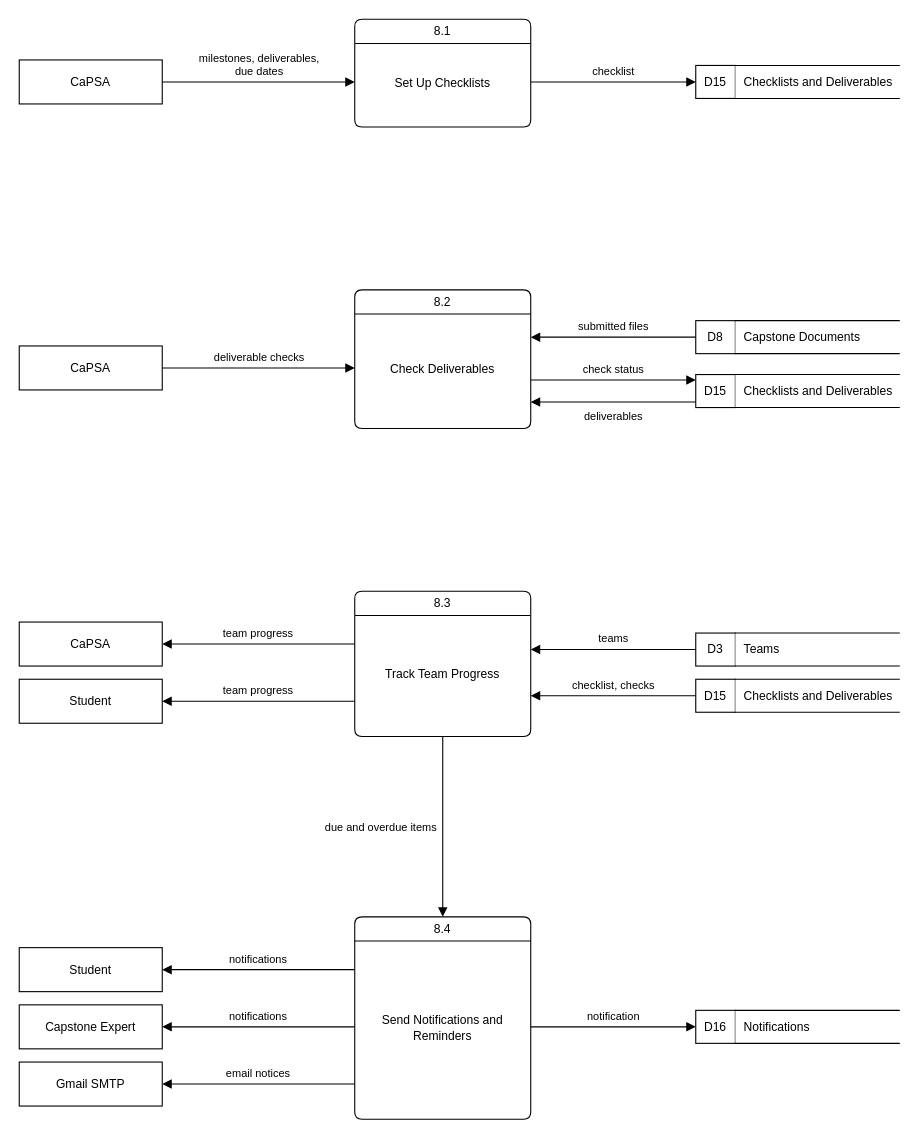
Earlier version of the draw.io diagram page "DFD Level 1 - 8.0 Monitor Progress and Notify Users" (11 of 15) of docs/diagrams/capstrack-diagrams-all.drawio (M21thony/capstrack). Source tidied: cells renumbered, new cells numbered last; positions are measured from the earlier drawing's top-left corner, leaving out a move shared by most shapes. Both pictures are drawn from the tidied source at 110%, with x=0, y=0 at pixel (19, 19).
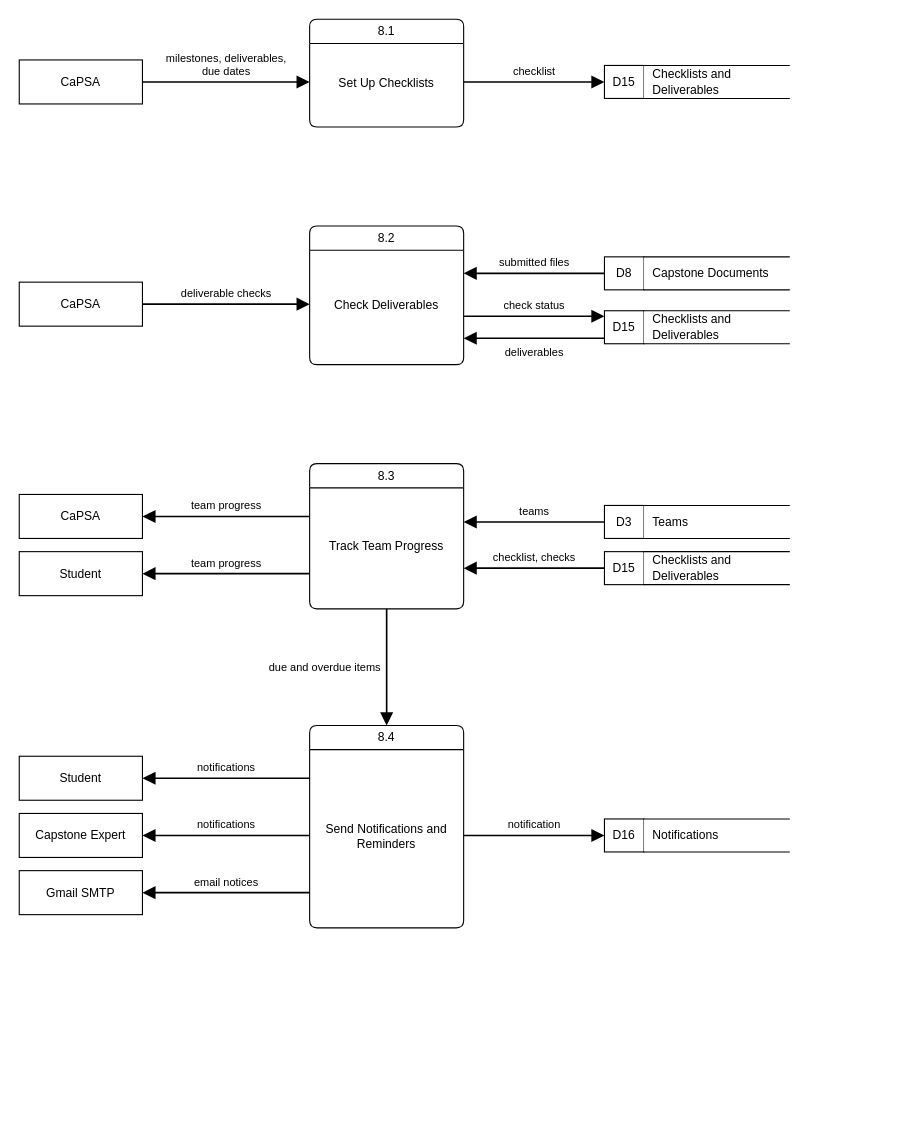
The same diagram, later.

The edit, as a diff of the source:
```diff
@@
     <mxCell id="2" value="8.1" style="swimlane;shape=swimlane;rounded=1;arcSize=10;startSize=22;html=1;whiteSpace=wrap;fillColor=#ffffff;swimlaneFillColor=#ffffff;fontStyle=0;fontSize=11;strokeColor=#000000;fontFamily=Helvetica;fontColor=#000000;" parent="1" vertex="1">
-      <mxGeometry x="305" width="160" height="98" as="geometry" />
+      <mxGeometry x="264" width="140" height="98" as="geometry" />
     </mxCell>
     <mxCell id="3" value="Set Up Checklists" style="text;html=1;strokeColor=none;fillColor=none;align=center;verticalAlign=middle;whiteSpace=wrap;fontSize=11;fontFamily=Helvetica;fontColor=#000000;" parent="2" vertex="1">
-      <mxGeometry x="6" y="22" width="148" height="72" as="geometry" />
+      <mxGeometry x="6" y="22" width="128" height="72" as="geometry" />
     </mxCell>
     <mxCell id="4" value="CaPSA" style="rounded=0;whiteSpace=wrap;html=1;fillColor=#ffffff;fontSize=11;strokeColor=#000000;fontFamily=Helvetica;fontColor=#000000;" parent="1" vertex="1">
-      <mxGeometry y="37" width="130" height="40" as="geometry" />
+      <mxGeometry y="37" width="112" height="40" as="geometry" />
     </mxCell>
-    <mxCell id="5" value="milestones, deliverables,&lt;br&gt;due dates" style="edgeStyle=orthogonalEdgeStyle;rounded=0;html=1;endArrow=block;endFill=1;endSize=6;startArrow=none;strokeColor=#000000;fontFamily=Helvetica;fontColor=#000000;fontSize=10;labelBackgroundColor=#ffffff;verticalAlign=bottom;exitX=1;exitY=0.5;exitDx=0;exitDy=0;entryX=0;entryY=0.581633;entryDx=0;entryDy=0;" parent="1" edge="1" source="4" target="2">
+    <mxCell id="5" value="milestones, deliverables,&lt;br&gt;due dates" style="edgeStyle=orthogonalEdgeStyle;rounded=0;html=1;endArrow=block;endFill=1;endSize=8;strokeWidth=1.5;startArrow=none;strokeColor=#000000;fontFamily=Helvetica;fontColor=#000000;fontSize=10;labelBackgroundColor=#ffffff;verticalAlign=bottom;exitX=1;exitY=0.5;exitDx=0;exitDy=0;entryX=0;entryY=0.581633;entryDx=0;entryDy=0;" parent="1" edge="1" source="4" target="2">
       <mxGeometry relative="1" as="geometry">
         <mxPoint y="-1" as="offset" />
       </mxGeometry>
     </mxCell>
     <mxCell id="6" style="rounded=0;html=1;fillColor=none;strokeColor=none;" parent="1" vertex="1">
-      <mxGeometry x="615" y="42" width="185" height="30" as="geometry" />
+      <mxGeometry x="532" y="42" width="168" height="30" as="geometry" />
     </mxCell>
@@
     <mxCell id="8" value="Checklists and Deliverables" style="shape=partialRectangle;left=0;right=0;top=1;bottom=1;whiteSpace=wrap;html=1;align=left;spacingLeft=6;fillColor=#ffffff;fontSize=11;strokeColor=#000000;fontFamily=Helvetica;fontColor=#000000;" parent="6" vertex="1">
-      <mxGeometry x="36" width="149" height="30" as="geometry" />
+      <mxGeometry x="36" width="132" height="30" as="geometry" />
     </mxCell>
-    <mxCell id="9" value="checklist" style="edgeStyle=orthogonalEdgeStyle;rounded=0;html=1;endArrow=block;endFill=1;endSize=6;startArrow=none;strokeColor=#000000;fontFamily=Helvetica;fontColor=#000000;fontSize=10;labelBackgroundColor=#ffffff;verticalAlign=bottom;exitX=1;exitY=0.581633;exitDx=0;exitDy=0;entryX=0;entryY=0.5;entryDx=0;entryDy=0;" parent="1" edge="1" source="2" target="6">
+    <mxCell id="9" value="checklist" style="edgeStyle=orthogonalEdgeStyle;rounded=0;html=1;endArrow=block;endFill=1;endSize=8;strokeWidth=1.5;startArrow=none;strokeColor=#000000;fontFamily=Helvetica;fontColor=#000000;fontSize=10;labelBackgroundColor=#ffffff;verticalAlign=bottom;exitX=1;exitY=0.581633;exitDx=0;exitDy=0;entryX=0;entryY=0.5;entryDx=0;entryDy=0;" parent="1" edge="1" source="2" target="6">
       <mxGeometry relative="1" as="geometry">
         <mxPoint y="-1" as="offset" />
       </mxGeometry>
     </mxCell>
     <mxCell id="10" value="8.2" style="swimlane;shape=swimlane;rounded=1;arcSize=10;startSize=22;html=1;whiteSpace=wrap;fillColor=#ffffff;swimlaneFillColor=#ffffff;fontStyle=0;fontSize=11;strokeColor=#000000;fontFamily=Helvetica;fontColor=#000000;" parent="1" vertex="1">
-      <mxGeometry x="305" y="246" width="160" height="126" as="geometry" />
+      <mxGeometry x="264" y="188" width="140" height="126" as="geometry" />
     </mxCell>
     <mxCell id="11" value="Check Deliverables" style="text;html=1;strokeColor=none;fillColor=none;align=center;verticalAlign=middle;whiteSpace=wrap;fontSize=11;fontFamily=Helvetica;fontColor=#000000;" parent="10" vertex="1">
-      <mxGeometry x="6" y="22" width="148" height="100" as="geometry" />
+      <mxGeometry x="6" y="22" width="128" height="100" as="geometry" />
     </mxCell>
     <mxCell id="12" value="CaPSA" style="rounded=0;whiteSpace=wrap;html=1;fillColor=#ffffff;fontSize=11;strokeColor=#000000;fontFamily=Helvetica;fontColor=#000000;" parent="1" vertex="1">
-      <mxGeometry y="297" width="130" height="40" as="geometry" />
+      <mxGeometry y="239" width="112" height="40" as="geometry" />
     </mxCell>
-    <mxCell id="13" value="deliverable checks" style="edgeStyle=orthogonalEdgeStyle;rounded=0;html=1;endArrow=block;endFill=1;endSize=6;startArrow=none;strokeColor=#000000;fontFamily=Helvetica;fontColor=#000000;fontSize=10;labelBackgroundColor=#ffffff;verticalAlign=bottom;exitX=1;exitY=0.5;exitDx=0;exitDy=0;entryX=0;entryY=0.563492;entryDx=0;entryDy=0;" parent="1" edge="1" source="12" target="10">
+    <mxCell id="13" value="deliverable checks" style="edgeStyle=orthogonalEdgeStyle;rounded=0;html=1;endArrow=block;endFill=1;endSize=8;strokeWidth=1.5;startArrow=none;strokeColor=#000000;fontFamily=Helvetica;fontColor=#000000;fontSize=10;labelBackgroundColor=#ffffff;verticalAlign=bottom;exitX=1;exitY=0.5;exitDx=0;exitDy=0;entryX=0;entryY=0.563492;entryDx=0;entryDy=0;" parent="1" edge="1" source="12" target="10">
       <mxGeometry relative="1" as="geometry">
         <mxPoint y="-1" as="offset" />
       </mxGeometry>
     </mxCell>
     <mxCell id="14" style="rounded=0;html=1;fillColor=none;strokeColor=none;" parent="1" vertex="1">
-      <mxGeometry x="615" y="274" width="185" height="30" as="geometry" />
+      <mxGeometry x="532" y="216" width="168" height="30" as="geometry" />
     </mxCell>
@@
     <mxCell id="16" value="Capstone Documents" style="shape=partialRectangle;left=0;right=0;top=1;bottom=1;whiteSpace=wrap;html=1;align=left;spacingLeft=6;fillColor=#ffffff;fontSize=11;strokeColor=#000000;fontFamily=Helvetica;fontColor=#000000;" parent="14" vertex="1">
-      <mxGeometry x="36" width="149" height="30" as="geometry" />
+      <mxGeometry x="36" width="132" height="30" as="geometry" />
     </mxCell>
-    <mxCell id="17" value="submitted files" style="edgeStyle=orthogonalEdgeStyle;rounded=0;html=1;endArrow=block;endFill=1;endSize=6;startArrow=none;strokeColor=#000000;fontFamily=Helvetica;fontColor=#000000;fontSize=10;labelBackgroundColor=#ffffff;verticalAlign=bottom;exitX=0;exitY=0.5;exitDx=0;exitDy=0;entryX=1;entryY=0.34127;entryDx=0;entryDy=0;" parent="1" edge="1" source="14" target="10">
+    <mxCell id="17" value="submitted files" style="edgeStyle=orthogonalEdgeStyle;rounded=0;html=1;endArrow=block;endFill=1;endSize=8;strokeWidth=1.5;startArrow=none;strokeColor=#000000;fontFamily=Helvetica;fontColor=#000000;fontSize=10;labelBackgroundColor=#ffffff;verticalAlign=bottom;exitX=0;exitY=0.5;exitDx=0;exitDy=0;entryX=1;entryY=0.34127;entryDx=0;entryDy=0;" parent="1" edge="1" source="14" target="10">
       <mxGeometry relative="1" as="geometry">
         <mxPoint y="-1" as="offset" />
       </mxGeometry>
     </mxCell>
     <mxCell id="18" style="rounded=0;html=1;fillColor=none;strokeColor=none;" parent="1" vertex="1">
-      <mxGeometry x="615" y="323" width="185" height="30" as="geometry" />
+      <mxGeometry x="532" y="265" width="168" height="30" as="geometry" />
     </mxCell>
@@
     <mxCell id="20" value="Checklists and Deliverables" style="shape=partialRectangle;left=0;right=0;top=1;bottom=1;whiteSpace=wrap;html=1;align=left;spacingLeft=6;fillColor=#ffffff;fontSize=11;strokeColor=#000000;fontFamily=Helvetica;fontColor=#000000;" parent="18" vertex="1">
-      <mxGeometry x="36" width="149" height="30" as="geometry" />
+      <mxGeometry x="36" width="132" height="30" as="geometry" />
     </mxCell>
-    <mxCell id="21" value="check status" style="edgeStyle=orthogonalEdgeStyle;rounded=0;html=1;endArrow=block;endFill=1;endSize=6;startArrow=none;strokeColor=#000000;fontFamily=Helvetica;fontColor=#000000;fontSize=10;labelBackgroundColor=#ffffff;verticalAlign=bottom;exitX=1;exitY=0.650794;exitDx=0;exitDy=0;entryX=0;entryY=0.166667;entryDx=0;entryDy=0;" parent="1" edge="1" source="10" target="18">
+    <mxCell id="21" value="check status" style="edgeStyle=orthogonalEdgeStyle;rounded=0;html=1;endArrow=block;endFill=1;endSize=8;strokeWidth=1.5;startArrow=none;strokeColor=#000000;fontFamily=Helvetica;fontColor=#000000;fontSize=10;labelBackgroundColor=#ffffff;verticalAlign=bottom;exitX=1;exitY=0.650794;exitDx=0;exitDy=0;entryX=0;entryY=0.166667;entryDx=0;entryDy=0;" parent="1" edge="1" source="10" target="18">
       <mxGeometry relative="1" as="geometry">
         <mxPoint y="-1" as="offset" />
       </mxGeometry>
     </mxCell>
-    <mxCell id="22" value="deliverables" style="edgeStyle=orthogonalEdgeStyle;rounded=0;html=1;endArrow=block;endFill=1;endSize=6;startArrow=none;strokeColor=#000000;fontFamily=Helvetica;fontColor=#000000;fontSize=10;labelBackgroundColor=#ffffff;verticalAlign=top;exitX=0;exitY=0.833333;exitDx=0;exitDy=0;entryX=1;entryY=0.809524;entryDx=0;entryDy=0;" parent="1" edge="1" source="18" target="10">
+    <mxCell id="22" value="deliverables" style="edgeStyle=orthogonalEdgeStyle;rounded=0;html=1;endArrow=block;endFill=1;endSize=8;strokeWidth=1.5;startArrow=none;strokeColor=#000000;fontFamily=Helvetica;fontColor=#000000;fontSize=10;labelBackgroundColor=#ffffff;verticalAlign=top;exitX=0;exitY=0.833333;exitDx=0;exitDy=0;entryX=1;entryY=0.809524;entryDx=0;entryDy=0;" parent="1" edge="1" source="18" target="10">
       <mxGeometry relative="1" as="geometry">
         <mxPoint y="1" as="offset" />
       </mxGeometry>
     </mxCell>
     <mxCell id="23" value="8.3" style="swimlane;shape=swimlane;rounded=1;arcSize=10;startSize=22;html=1;whiteSpace=wrap;fillColor=#ffffff;swimlaneFillColor=#ffffff;fontStyle=0;fontSize=11;strokeColor=#000000;fontFamily=Helvetica;fontColor=#000000;" parent="1" vertex="1">
-      <mxGeometry x="305" y="520" width="160" height="132" as="geometry" />
+      <mxGeometry x="264" y="404" width="140" height="132" as="geometry" />
     </mxCell>
     <mxCell id="24" value="Track Team Progress" style="text;html=1;strokeColor=none;fillColor=none;align=center;verticalAlign=middle;whiteSpace=wrap;fontSize=11;fontFamily=Helvetica;fontColor=#000000;" parent="23" vertex="1">
-      <mxGeometry x="6" y="22" width="148" height="106" as="geometry" />
+      <mxGeometry x="6" y="22" width="128" height="106" as="geometry" />
     </mxCell>
     <mxCell id="25" value="CaPSA" style="rounded=0;whiteSpace=wrap;html=1;fillColor=#ffffff;fontSize=11;strokeColor=#000000;fontFamily=Helvetica;fontColor=#000000;" parent="1" vertex="1">
-      <mxGeometry y="548" width="130" height="40" as="geometry" />
+      <mxGeometry y="432" width="112" height="40" as="geometry" />
     </mxCell>
-    <mxCell id="26" value="team progress" style="edgeStyle=orthogonalEdgeStyle;rounded=0;html=1;endArrow=block;endFill=1;endSize=6;startArrow=none;strokeColor=#000000;fontFamily=Helvetica;fontColor=#000000;fontSize=10;labelBackgroundColor=#ffffff;verticalAlign=bottom;exitX=0;exitY=0.363636;exitDx=0;exitDy=0;entryX=1;entryY=0.5;entryDx=0;entryDy=0;" parent="1" edge="1" source="23" target="25">
+    <mxCell id="26" value="team progress" style="edgeStyle=orthogonalEdgeStyle;rounded=0;html=1;endArrow=block;endFill=1;endSize=8;strokeWidth=1.5;startArrow=none;strokeColor=#000000;fontFamily=Helvetica;fontColor=#000000;fontSize=10;labelBackgroundColor=#ffffff;verticalAlign=bottom;exitX=0;exitY=0.363636;exitDx=0;exitDy=0;entryX=1;entryY=0.5;entryDx=0;entryDy=0;" parent="1" edge="1" source="23" target="25">
       <mxGeometry relative="1" as="geometry">
         <mxPoint y="-1" as="offset" />
       </mxGeometry>
     </mxCell>
     <mxCell id="27" value="Student" style="rounded=0;whiteSpace=wrap;html=1;fillColor=#ffffff;fontSize=11;strokeColor=#000000;fontFamily=Helvetica;fontColor=#000000;" parent="1" vertex="1">
-      <mxGeometry y="600" width="130" height="40" as="geometry" />
+      <mxGeometry y="484" width="112" height="40" as="geometry" />
     </mxCell>
-    <mxCell id="28" value="team progress" style="edgeStyle=orthogonalEdgeStyle;rounded=0;html=1;endArrow=block;endFill=1;endSize=6;startArrow=none;strokeColor=#000000;fontFamily=Helvetica;fontColor=#000000;fontSize=10;labelBackgroundColor=#ffffff;verticalAlign=bottom;exitX=0;exitY=0.757576;exitDx=0;exitDy=0;entryX=1;entryY=0.5;entryDx=0;entryDy=0;" parent="1" edge="1" source="23" target="27">
+    <mxCell id="28" value="team progress" style="edgeStyle=orthogonalEdgeStyle;rounded=0;html=1;endArrow=block;endFill=1;endSize=8;strokeWidth=1.5;startArrow=none;strokeColor=#000000;fontFamily=Helvetica;fontColor=#000000;fontSize=10;labelBackgroundColor=#ffffff;verticalAlign=bottom;exitX=0;exitY=0.757576;exitDx=0;exitDy=0;entryX=1;entryY=0.5;entryDx=0;entryDy=0;" parent="1" edge="1" source="23" target="27">
       <mxGeometry relative="1" as="geometry">
         <mxPoint y="-1" as="offset" />
       </mxGeometry>
     </mxCell>
     <mxCell id="29" style="rounded=0;html=1;fillColor=none;strokeColor=none;" parent="1" vertex="1">
-      <mxGeometry x="615" y="558" width="185" height="30" as="geometry" />
+      <mxGeometry x="532" y="442" width="168" height="30" as="geometry" />
     </mxCell>
@@
     <mxCell id="31" value="Teams" style="shape=partialRectangle;left=0;right=0;top=1;bottom=1;whiteSpace=wrap;html=1;align=left;spacingLeft=6;fillColor=#ffffff;fontSize=11;strokeColor=#000000;fontFamily=Helvetica;fontColor=#000000;" parent="29" vertex="1">
-      <mxGeometry x="36" width="149" height="30" as="geometry" />
+      <mxGeometry x="36" width="132" height="30" as="geometry" />
     </mxCell>
-    <mxCell id="32" value="teams" style="edgeStyle=orthogonalEdgeStyle;rounded=0;html=1;endArrow=block;endFill=1;endSize=6;startArrow=none;strokeColor=#000000;fontFamily=Helvetica;fontColor=#000000;fontSize=10;labelBackgroundColor=#ffffff;verticalAlign=bottom;exitX=0;exitY=0.5;exitDx=0;exitDy=0;entryX=1;entryY=0.401515;entryDx=0;entryDy=0;" parent="1" edge="1" source="29" target="23">
+    <mxCell id="32" value="teams" style="edgeStyle=orthogonalEdgeStyle;rounded=0;html=1;endArrow=block;endFill=1;endSize=8;strokeWidth=1.5;startArrow=none;strokeColor=#000000;fontFamily=Helvetica;fontColor=#000000;fontSize=10;labelBackgroundColor=#ffffff;verticalAlign=bottom;exitX=0;exitY=0.5;exitDx=0;exitDy=0;entryX=1;entryY=0.401515;entryDx=0;entryDy=0;" parent="1" edge="1" source="29" target="23">
       <mxGeometry relative="1" as="geometry">
         <mxPoint y="-1" as="offset" />
       </mxGeometry>
     </mxCell>
     <mxCell id="33" style="rounded=0;html=1;fillColor=none;strokeColor=none;" parent="1" vertex="1">
-      <mxGeometry x="615" y="600" width="185" height="30" as="geometry" />
+      <mxGeometry x="532" y="484" width="168" height="30" as="geometry" />
     </mxCell>
@@
     <mxCell id="35" value="Checklists and Deliverables" style="shape=partialRectangle;left=0;right=0;top=1;bottom=1;whiteSpace=wrap;html=1;align=left;spacingLeft=6;fillColor=#ffffff;fontSize=11;strokeColor=#000000;fontFamily=Helvetica;fontColor=#000000;" parent="33" vertex="1">
-      <mxGeometry x="36" width="149" height="30" as="geometry" />
+      <mxGeometry x="36" width="132" height="30" as="geometry" />
     </mxCell>
-    <mxCell id="36" value="checklist, checks" style="edgeStyle=orthogonalEdgeStyle;rounded=0;html=1;endArrow=block;endFill=1;endSize=6;startArrow=none;strokeColor=#000000;fontFamily=Helvetica;fontColor=#000000;fontSize=10;labelBackgroundColor=#ffffff;verticalAlign=bottom;exitX=0;exitY=0.5;exitDx=0;exitDy=0;entryX=1;entryY=0.719697;entryDx=0;entryDy=0;" parent="1" edge="1" source="33" target="23">
+    <mxCell id="36" value="checklist, checks" style="edgeStyle=orthogonalEdgeStyle;rounded=0;html=1;endArrow=block;endFill=1;endSize=8;strokeWidth=1.5;startArrow=none;strokeColor=#000000;fontFamily=Helvetica;fontColor=#000000;fontSize=10;labelBackgroundColor=#ffffff;verticalAlign=bottom;exitX=0;exitY=0.5;exitDx=0;exitDy=0;entryX=1;entryY=0.719697;entryDx=0;entryDy=0;" parent="1" edge="1" source="33" target="23">
       <mxGeometry relative="1" as="geometry">
         <mxPoint y="-1" as="offset" />
       </mxGeometry>
     </mxCell>
     <mxCell id="37" value="8.4" style="swimlane;shape=swimlane;rounded=1;arcSize=10;startSize=22;html=1;whiteSpace=wrap;fillColor=#ffffff;swimlaneFillColor=#ffffff;fontStyle=0;fontSize=11;strokeColor=#000000;fontFamily=Helvetica;fontColor=#000000;" parent="1" vertex="1">
-      <mxGeometry x="305" y="816" width="160" height="184" as="geometry" />
+      <mxGeometry x="264" y="642" width="140" height="184" as="geometry" />
     </mxCell>
     <mxCell id="38" value="Send Notifications and Reminders" style="text;html=1;strokeColor=none;fillColor=none;align=center;verticalAlign=middle;whiteSpace=wrap;fontSize=11;fontFamily=Helvetica;fontColor=#000000;" parent="37" vertex="1">
-      <mxGeometry x="6" y="22" width="148" height="158" as="geometry" />
+      <mxGeometry x="6" y="22" width="128" height="158" as="geometry" />
     </mxCell>
     <mxCell id="39" value="Student" style="rounded=0;whiteSpace=wrap;html=1;fillColor=#ffffff;fontSize=11;strokeColor=#000000;fontFamily=Helvetica;fontColor=#000000;" parent="1" vertex="1">
-      <mxGeometry y="844" width="130" height="40" as="geometry" />
+      <mxGeometry y="670" width="112" height="40" as="geometry" />
     </mxCell>
-    <mxCell id="40" value="notifications" style="edgeStyle=orthogonalEdgeStyle;rounded=0;html=1;endArrow=block;endFill=1;endSize=6;startArrow=none;strokeColor=#000000;fontFamily=Helvetica;fontColor=#000000;fontSize=10;labelBackgroundColor=#ffffff;verticalAlign=bottom;exitX=0;exitY=0.26087;exitDx=0;exitDy=0;entryX=1;entryY=0.5;entryDx=0;entryDy=0;" parent="1" edge="1" source="37" target="39">
+    <mxCell id="40" value="notifications" style="edgeStyle=orthogonalEdgeStyle;rounded=0;html=1;endArrow=block;endFill=1;endSize=8;strokeWidth=1.5;startArrow=none;strokeColor=#000000;fontFamily=Helvetica;fontColor=#000000;fontSize=10;labelBackgroundColor=#ffffff;verticalAlign=bottom;exitX=0;exitY=0.26087;exitDx=0;exitDy=0;entryX=1;entryY=0.5;entryDx=0;entryDy=0;" parent="1" edge="1" source="37" target="39">
       <mxGeometry relative="1" as="geometry">
         <mxPoint y="-1" as="offset" />
       </mxGeometry>
     </mxCell>
     <mxCell id="41" value="Capstone Expert" style="rounded=0;whiteSpace=wrap;html=1;fillColor=#ffffff;fontSize=11;strokeColor=#000000;fontFamily=Helvetica;fontColor=#000000;" parent="1" vertex="1">
-      <mxGeometry y="896" width="130" height="40" as="geometry" />
+      <mxGeometry y="722" width="112" height="40" as="geometry" />
     </mxCell>
-    <mxCell id="42" value="notifications" style="edgeStyle=orthogonalEdgeStyle;rounded=0;html=1;endArrow=block;endFill=1;endSize=6;startArrow=none;strokeColor=#000000;fontFamily=Helvetica;fontColor=#000000;fontSize=10;labelBackgroundColor=#ffffff;verticalAlign=bottom;exitX=0;exitY=0.543478;exitDx=0;exitDy=0;entryX=1;entryY=0.5;entryDx=0;entryDy=0;" parent="1" edge="1" source="37" target="41">
+    <mxCell id="42" value="notifications" style="edgeStyle=orthogonalEdgeStyle;rounded=0;html=1;endArrow=block;endFill=1;endSize=8;strokeWidth=1.5;startArrow=none;strokeColor=#000000;fontFamily=Helvetica;fontColor=#000000;fontSize=10;labelBackgroundColor=#ffffff;verticalAlign=bottom;exitX=0;exitY=0.543478;exitDx=0;exitDy=0;entryX=1;entryY=0.5;entryDx=0;entryDy=0;" parent="1" edge="1" source="37" target="41">
       <mxGeometry relative="1" as="geometry">
         <mxPoint y="-1" as="offset" />
       </mxGeometry>
     </mxCell>
     <mxCell id="43" value="Gmail SMTP" style="rounded=0;whiteSpace=wrap;html=1;fillColor=#ffffff;fontSize=11;strokeColor=#000000;fontFamily=Helvetica;fontColor=#000000;" parent="1" vertex="1">
-      <mxGeometry y="948" width="130" height="40" as="geometry" />
+      <mxGeometry y="774" width="112" height="40" as="geometry" />
     </mxCell>
-    <mxCell id="44" value="email notices" style="edgeStyle=orthogonalEdgeStyle;rounded=0;html=1;endArrow=block;endFill=1;endSize=6;startArrow=none;strokeColor=#000000;fontFamily=Helvetica;fontColor=#000000;fontSize=10;labelBackgroundColor=#ffffff;verticalAlign=bottom;exitX=0;exitY=0.826087;exitDx=0;exitDy=0;entryX=1;entryY=0.5;entryDx=0;entryDy=0;" parent="1" edge="1" source="37" target="43">
+    <mxCell id="44" value="email notices" style="edgeStyle=orthogonalEdgeStyle;rounded=0;html=1;endArrow=block;endFill=1;endSize=8;strokeWidth=1.5;startArrow=none;strokeColor=#000000;fontFamily=Helvetica;fontColor=#000000;fontSize=10;labelBackgroundColor=#ffffff;verticalAlign=bottom;exitX=0;exitY=0.826087;exitDx=0;exitDy=0;entryX=1;entryY=0.5;entryDx=0;entryDy=0;" parent="1" edge="1" source="37" target="43">
       <mxGeometry relative="1" as="geometry">
         <mxPoint y="-1" as="offset" />
       </mxGeometry>
     </mxCell>
     <mxCell id="45" style="rounded=0;html=1;fillColor=none;strokeColor=none;" parent="1" vertex="1">
-      <mxGeometry x="615" y="901" width="185" height="30" as="geometry" />
+      <mxGeometry x="532" y="727" width="168" height="30" as="geometry" />
     </mxCell>
@@
     <mxCell id="47" value="Notifications" style="shape=partialRectangle;left=0;right=0;top=1;bottom=1;whiteSpace=wrap;html=1;align=left;spacingLeft=6;fillColor=#ffffff;fontSize=11;strokeColor=#000000;fontFamily=Helvetica;fontColor=#000000;" parent="45" vertex="1">
-      <mxGeometry x="36" width="149" height="30" as="geometry" />
+      <mxGeometry x="36" width="132" height="30" as="geometry" />
     </mxCell>
-    <mxCell id="48" value="notification" style="edgeStyle=orthogonalEdgeStyle;rounded=0;html=1;endArrow=block;endFill=1;endSize=6;startArrow=none;strokeColor=#000000;fontFamily=Helvetica;fontColor=#000000;fontSize=10;labelBackgroundColor=#ffffff;verticalAlign=bottom;exitX=1;exitY=0.543478;exitDx=0;exitDy=0;entryX=0;entryY=0.5;entryDx=0;entryDy=0;" parent="1" edge="1" source="37" target="45">
+    <mxCell id="48" value="notification" style="edgeStyle=orthogonalEdgeStyle;rounded=0;html=1;endArrow=block;endFill=1;endSize=8;strokeWidth=1.5;startArrow=none;strokeColor=#000000;fontFamily=Helvetica;fontColor=#000000;fontSize=10;labelBackgroundColor=#ffffff;verticalAlign=bottom;exitX=1;exitY=0.543478;exitDx=0;exitDy=0;entryX=0;entryY=0.5;entryDx=0;entryDy=0;" parent="1" edge="1" source="37" target="45">
       <mxGeometry relative="1" as="geometry">
         <mxPoint y="-1" as="offset" />
       </mxGeometry>
     </mxCell>
-    <mxCell id="49" value="due and overdue items" style="edgeStyle=orthogonalEdgeStyle;rounded=0;html=1;endArrow=block;endFill=1;endSize=6;startArrow=none;strokeColor=#000000;fontFamily=Helvetica;fontColor=#000000;fontSize=10;labelBackgroundColor=#ffffff;align=right;exitX=0.5;exitY=1;exitDx=0;exitDy=0;entryX=0.5;entryY=0;entryDx=0;entryDy=0;" parent="1" edge="1" source="23" target="37">
+    <mxCell id="49" value="due and overdue items" style="edgeStyle=orthogonalEdgeStyle;rounded=0;html=1;endArrow=block;endFill=1;endSize=8;strokeWidth=1.5;startArrow=none;strokeColor=#000000;fontFamily=Helvetica;fontColor=#000000;fontSize=10;labelBackgroundColor=#ffffff;align=right;exitX=0.5;exitY=1;exitDx=0;exitDy=0;entryX=0.5;entryY=0;entryDx=0;entryDy=0;" parent="1" edge="1" source="23" target="37">
       <mxGeometry relative="1" as="geometry">
         <mxPoint x="-4" as="offset" />
       </mxGeometry>
     </mxCell>
```
